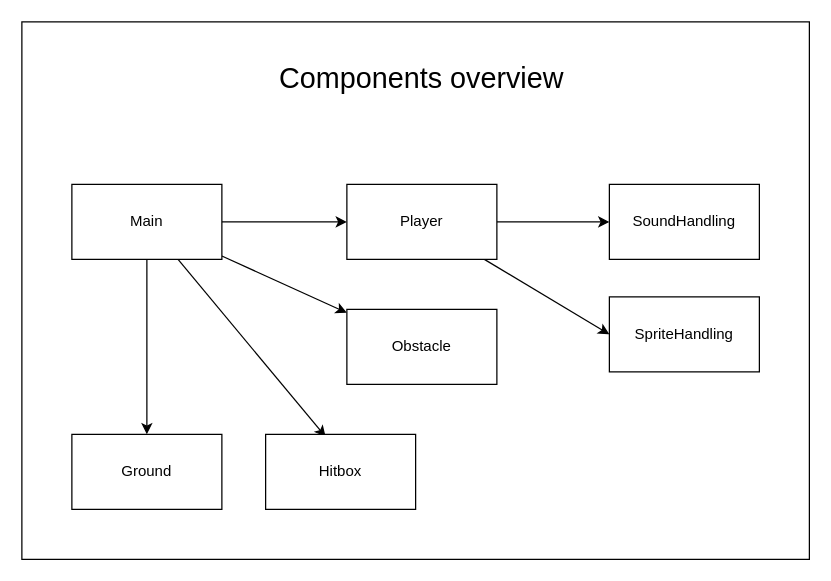
Before: docs/diagram.drawio in teko-L-TIN-22-Di-a/jump-dude, a draw.io diagram. Source tidied: cells renumbered, new cells numbered last; positions are measured from the earlier drawing's top-left corner, leaving out a move shared by most shapes. Both pictures are drawn from the tidied source at 125%, with x=0, y=0 at pixel (21, 21).
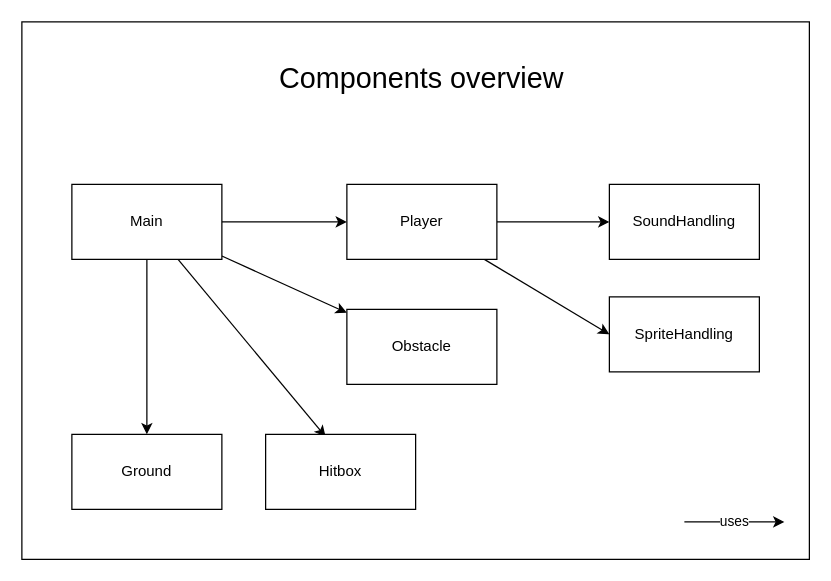
The same page after the edit.

The edit, as a diff of the source:
```diff
@@
 <mxGraphModel>
   <root>
     <mxCell id="0" />
     <mxCell id="1" parent="0" />
     <mxCell id="2" style="whiteSpace=wrap;html=1;" parent="1" vertex="1">
       <mxGeometry width="630" height="430" as="geometry" />
     </mxCell>
     <mxCell id="3" style="edgeStyle=none;html=1;" parent="1" edge="1" source="7" target="12">
       <mxGeometry relative="1" as="geometry" />
     </mxCell>
     <mxCell id="4" style="edgeStyle=none;html=1;entryX=0;entryY=0.5;entryDx=0;entryDy=0;" parent="1" edge="1" source="7" target="11">
       <mxGeometry relative="1" as="geometry" />
     </mxCell>
     <mxCell id="5" style="edgeStyle=none;html=1;" parent="1" edge="1" source="7" target="13">
       <mxGeometry relative="1" as="geometry" />
     </mxCell>
     <mxCell id="6" style="edgeStyle=none;html=1;entryX=0.4;entryY=0.033;entryDx=0;entryDy=0;entryPerimeter=0;" parent="1" edge="1" source="7" target="8">
       <mxGeometry relative="1" as="geometry" />
     </mxCell>
     <mxCell id="7" value="Main" style="whiteSpace=wrap;html=1;" parent="1" vertex="1">
       <mxGeometry x="40" y="130" width="120" height="60" as="geometry" />
     </mxCell>
     <mxCell id="8" value="Hitbox" style="whiteSpace=wrap;html=1;" parent="1" vertex="1">
       <mxGeometry x="195" y="330" width="120" height="60" as="geometry" />
     </mxCell>
     <mxCell id="9" style="edgeStyle=none;html=1;" parent="1" edge="1" source="11" target="14">
       <mxGeometry relative="1" as="geometry" />
     </mxCell>
     <mxCell id="10" style="edgeStyle=none;html=1;entryX=0;entryY=0.5;entryDx=0;entryDy=0;" parent="1" edge="1" source="11" target="15">
       <mxGeometry relative="1" as="geometry" />
     </mxCell>
     <mxCell id="11" value="Player" style="whiteSpace=wrap;html=1;" parent="1" vertex="1">
       <mxGeometry x="260" y="130" width="120" height="60" as="geometry" />
     </mxCell>
     <mxCell id="12" value="Ground" style="whiteSpace=wrap;html=1;" parent="1" vertex="1">
       <mxGeometry x="40" y="330" width="120" height="60" as="geometry" />
     </mxCell>
     <mxCell id="13" value="Obstacle" style="whiteSpace=wrap;html=1;" parent="1" vertex="1">
       <mxGeometry x="260" y="230" width="120" height="60" as="geometry" />
     </mxCell>
     <mxCell id="14" value="SoundHandling" style="whiteSpace=wrap;html=1;" parent="1" vertex="1">
       <mxGeometry x="470" y="130" width="120" height="60" as="geometry" />
     </mxCell>
     <mxCell id="15" value="SpriteHandling" style="whiteSpace=wrap;html=1;" parent="1" vertex="1">
       <mxGeometry x="470" y="220" width="120" height="60" as="geometry" />
     </mxCell>
     <mxCell id="16" value="&lt;font style=&quot;font-size: 23px;&quot;&gt;Components overview&lt;/font&gt;" style="text;strokeColor=none;align=center;fillColor=none;html=1;verticalAlign=middle;whiteSpace=wrap;rounded=0;" parent="1" vertex="1">
       <mxGeometry x="185" y="30" width="270" height="30" as="geometry" />
     </mxCell>
+    <mxCell id="17" value="uses" style="edgeStyle=none;html=1;" parent="1" edge="1">
+      <mxGeometry relative="1" as="geometry">
+        <mxPoint x="530" y="400" as="sourcePoint" />
+        <mxPoint x="610" y="400" as="targetPoint" />
+      </mxGeometry>
+    </mxCell>
   </root>
 </mxGraphModel>
```
